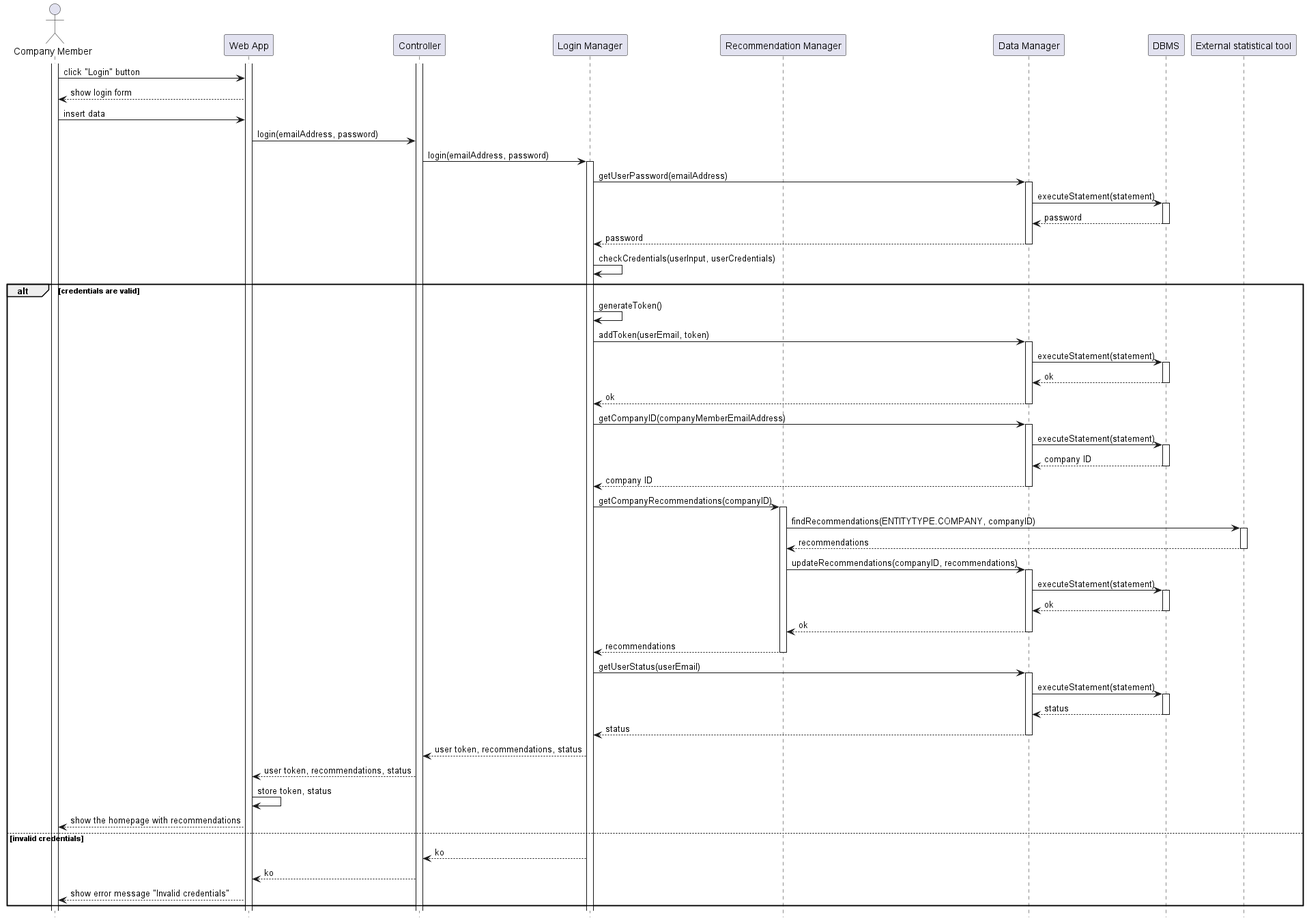
Before: DD/Architectural_design/uml_diagrams/RV6_diagram.png, a diagram exported from PlantUML (matti8702/R_and_DD_project_SE2).
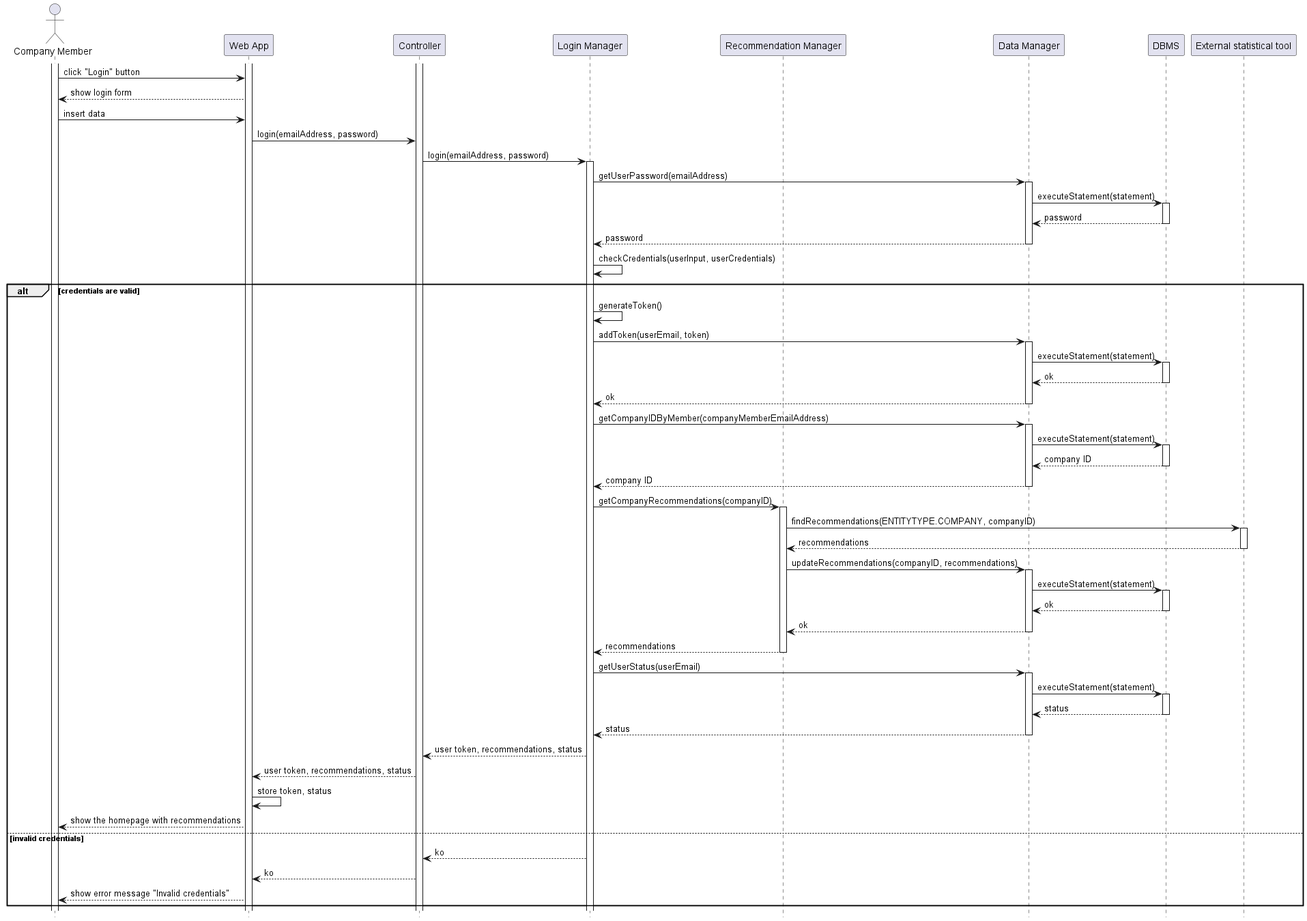
Above is the later version.

The edit, as a diff of the source:
```diff
@@ -40,7 +40,7 @@
     DM --> L: ok
     deactivate DM
 
-    L -> DM: getCompanyID(companyMemberEmailAddress)
+    L -> DM: getCompanyIDByMember(companyMemberEmailAddress)
     activate DM
     DM -> RD: executeStatement(statement)
     activate RD
```
